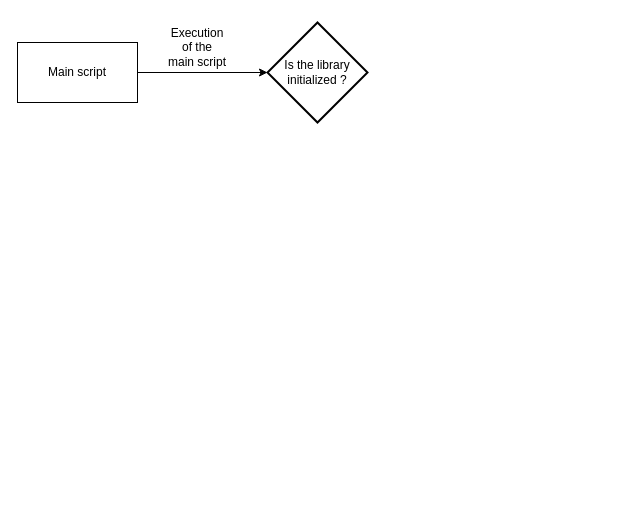
Earlier version of the draw.io diagram res/graphs/Framework initialization.drawio (DimitriObeid/Bash-Utils). Source tidied: cells renumbered, new cells numbered last; positions are measured from the earlier drawing's top-left corner, leaving out a move shared by most shapes. Both pictures are drawn from the tidied source at 100%, with x=0, y=0 at pixel (17, 22).
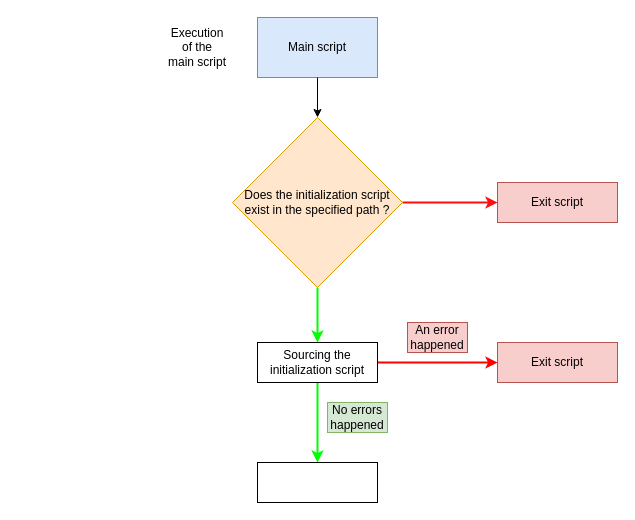
The same diagram, later.

Commit message:
Adding graphs to better visualize the whole framework's architecture

What changed in the source:
```diff
@@
 <mxGraphModel>
   <root>
     <mxCell id="0" />
     <mxCell id="1" parent="0" />
-    <mxCell id="2" value="Main script" style="rounded=0;whiteSpace=wrap;html=1;" parent="1" vertex="1">
-      <mxGeometry y="20" width="120" height="60" as="geometry" />
+    <mxCell id="2" value="Main script" style="rounded=0;whiteSpace=wrap;html=1;fillColor=#dae8fc;strokeColor=#6c8ebf;" parent="1" vertex="1">
+      <mxGeometry x="240" y="-5" width="120" height="60" as="geometry" />
     </mxCell>
-    <mxCell id="3" style="endArrow=classic;html=1;rounded=0;exitX=1;exitY=0.5;exitDx=0;exitDy=0;entryX=0;entryY=0.5;entryDx=0;entryDy=0;entryPerimeter=0;" parent="1" edge="1" source="2" target="5">
-      <mxGeometry relative="1" as="geometry" />
-    </mxCell>
     <mxCell id="4" value="Execution of the main script" style="text;html=1;strokeColor=none;fillColor=none;align=center;verticalAlign=middle;whiteSpace=wrap;rounded=0;" parent="1" vertex="1">
       <mxGeometry x="150" y="10" width="60" height="30" as="geometry" />
     </mxCell>
-    <mxCell id="5" value="Is the library&lt;br&gt;initialized ?" style="strokeWidth=2;html=1;shape=mxgraph.flowchart.decision;whiteSpace=wrap;" parent="1" vertex="1">
-      <mxGeometry x="250" width="100" height="100" as="geometry" />
-    </mxCell>
+    <mxCell id="6" style="edgeStyle=orthogonalEdgeStyle;rounded=0;jettySize=auto;html=1;exitX=1;exitY=0.5;exitDx=0;exitDy=0;entryX=0;entryY=0.5;entryDx=0;entryDy=0;fillColor=#f8cecc;strokeColor=#FF0F0F;strokeWidth=2;" parent="1" edge="1" source="8" target="10">
+      <mxGeometry relative="1" as="geometry" />
+    </mxCell>
+    <mxCell id="7" style="edgeStyle=orthogonalEdgeStyle;rounded=0;jettySize=auto;html=1;exitX=0.5;exitY=1;exitDx=0;exitDy=0;strokeColor=#00FF00;strokeWidth=2;entryX=0.5;entryY=0;entryDx=0;entryDy=0;" parent="1" edge="1" source="8" target="13">
+      <mxGeometry relative="1" as="geometry" />
+    </mxCell>
+    <mxCell id="8" value="Does the initialization script exist in the specified path ?" style="rhombus;whiteSpace=wrap;html=1;fillColor=#ffe6cc;strokeColor=#d79b00;" parent="1" vertex="1">
+      <mxGeometry x="215" y="95" width="170" height="170" as="geometry" />
+    </mxCell>
+    <mxCell id="9" style="endArrow=classic;html=1;rounded=0;exitX=0.5;exitY=1;exitDx=0;exitDy=0;entryX=0.5;entryY=0;entryDx=0;entryDy=0;" parent="1" edge="1" source="2" target="8">
+      <mxGeometry relative="1" as="geometry" />
+    </mxCell>
+    <mxCell id="10" value="Exit script" style="rounded=0;whiteSpace=wrap;html=1;strokeColor=#b85450;fillColor=#f8cecc;" parent="1" vertex="1">
+      <mxGeometry x="480" y="160" width="120" height="40" as="geometry" />
+    </mxCell>
+    <mxCell id="11" style="edgeStyle=orthogonalEdgeStyle;rounded=0;jettySize=auto;html=1;strokeColor=#FF0000;strokeWidth=2;entryX=0;entryY=0.5;entryDx=0;entryDy=0;" parent="1" edge="1" source="13" target="14">
+      <mxGeometry relative="1" as="geometry" />
+    </mxCell>
+    <mxCell id="12" style="edgeStyle=orthogonalEdgeStyle;rounded=0;jettySize=auto;html=1;strokeColor=#00FF00;strokeWidth=2;entryX=0.5;entryY=0;entryDx=0;entryDy=0;" parent="1" edge="1" source="13" target="17">
+      <mxGeometry relative="1" as="geometry" />
+    </mxCell>
+    <mxCell id="13" value="Sourcing the&lt;br&gt;initialization script" style="rounded=0;whiteSpace=wrap;html=1;" parent="1" vertex="1">
+      <mxGeometry x="240" y="320" width="120" height="40" as="geometry" />
+    </mxCell>
+    <mxCell id="14" value="Exit script" style="rounded=0;whiteSpace=wrap;html=1;strokeColor=#b85450;fillColor=#f8cecc;" parent="1" vertex="1">
+      <mxGeometry x="480" y="320" width="120" height="40" as="geometry" />
+    </mxCell>
+    <mxCell id="15" value="An error happened" style="text;html=1;strokeColor=#b85450;fillColor=#f8cecc;align=center;verticalAlign=middle;whiteSpace=wrap;rounded=0;" parent="1" vertex="1">
+      <mxGeometry x="390" y="300" width="60" height="30" as="geometry" />
+    </mxCell>
+    <mxCell id="16" value="No errors&lt;br&gt;happened" style="text;html=1;strokeColor=#82b366;fillColor=#d5e8d4;align=center;verticalAlign=middle;whiteSpace=wrap;rounded=0;" parent="1" vertex="1">
+      <mxGeometry x="310" y="380" width="60" height="30" as="geometry" />
+    </mxCell>
+    <mxCell id="17" style="rounded=0;whiteSpace=wrap;html=1;strokeColor=#000000;" parent="1" vertex="1">
+      <mxGeometry x="240" y="440" width="120" height="40" as="geometry" />
+    </mxCell>
   </root>
 </mxGraphModel>
```
